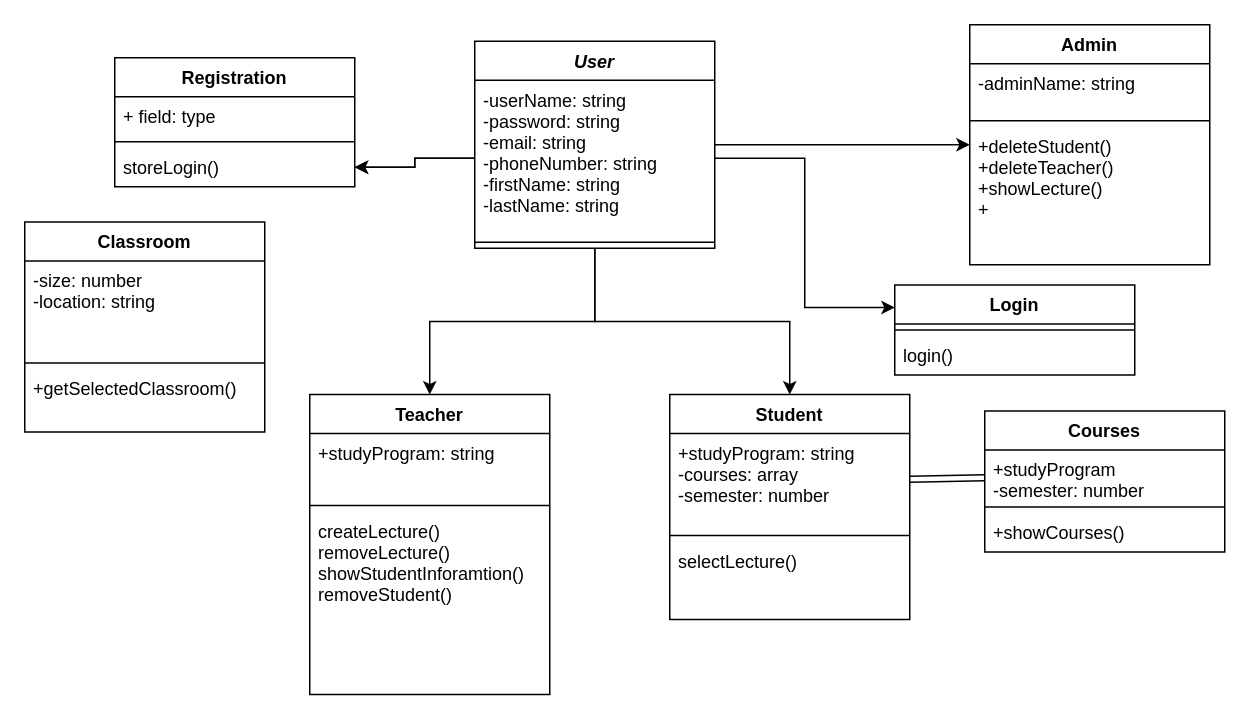
The draw.io diagram StudentTeach.drawio in Niklas107/Gruppeprojekt-1, before the edit. Source tidied: cells renumbered, new cells numbered last; positions are measured from the earlier drawing's top-left corner, leaving out a move shared by most shapes. Both pictures are drawn from the tidied source at 150%, with x=0, y=0 at pixel (24, 24).
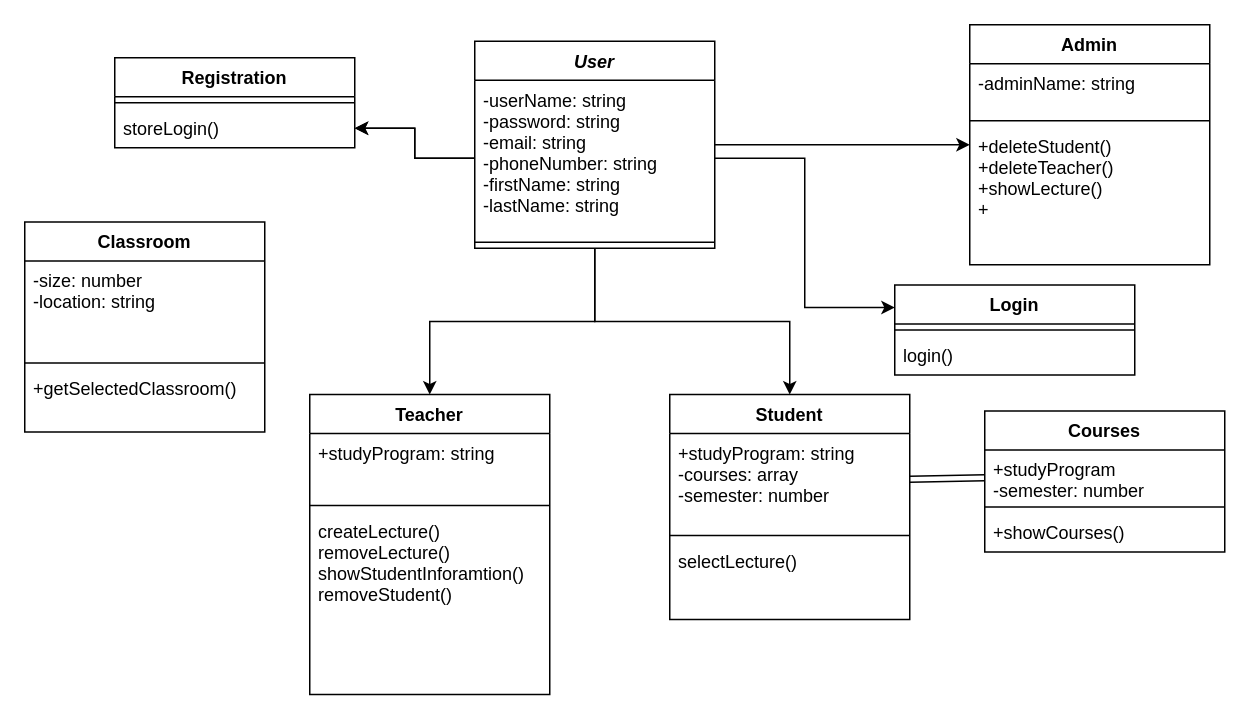
Above is the later version.

What changed in the source:
```diff
@@
     <mxCell id="32" value="Registration" style="swimlane;fontStyle=1;align=center;verticalAlign=top;horizontal=1;startSize=26;" parent="1" vertex="1">
-      <mxGeometry x="60" y="22" width="160" height="86" as="geometry" />
+      <mxGeometry x="60" y="22" width="160" height="60" as="geometry" />
     </mxCell>
-    <mxCell id="33" value="+ field: type" style="text;strokeColor=none;fillColor=none;align=left;verticalAlign=top;spacingLeft=4;spacingRight=4;overflow=hidden;" parent="32" vertex="1">
-      <mxGeometry y="26" width="160" height="26" as="geometry" />
-    </mxCell>
     <mxCell id="34" style="line;strokeWidth=1;fillColor=none;align=left;verticalAlign=middle;spacingTop=-1;spacingLeft=3;spacingRight=3;labelPosition=right;" parent="32" vertex="1">
-      <mxGeometry y="52" width="160" height="8" as="geometry" />
+      <mxGeometry y="26" width="160" height="8" as="geometry" />
     </mxCell>
     <mxCell id="35" value="storeLogin()" style="text;strokeColor=none;fillColor=none;align=left;verticalAlign=top;spacingLeft=4;spacingRight=4;overflow=hidden;points=[[0,0.5],[1,0.5]];portConstraint=eastwest;" parent="32" vertex="1">
-      <mxGeometry y="60" width="160" height="26" as="geometry" />
+      <mxGeometry y="34" width="160" height="26" as="geometry" />
     </mxCell>
```
